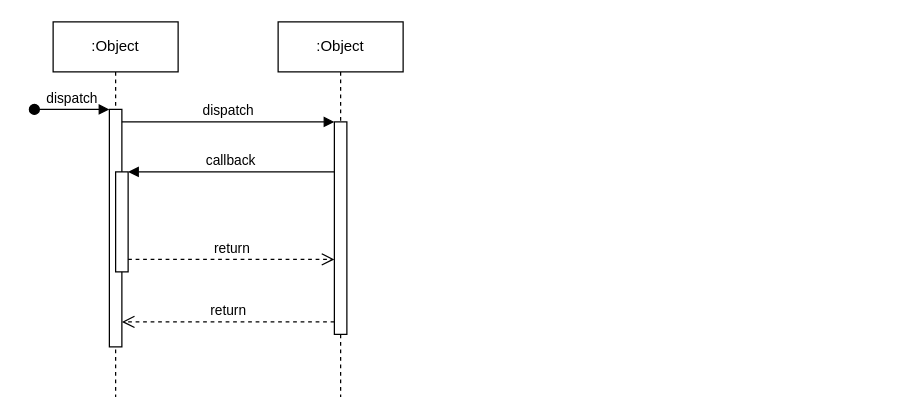
Above: 未命名绘图.drawio in conghuaa/Draw.io (draw.io), before the change. Source tidied: cells renumbered, new cells numbered last; positions are measured from the earlier drawing's top-left corner, leaving out a move shared by most shapes. Both pictures are drawn from the tidied source at 125%, with x=0, y=0 at pixel (34, 21).
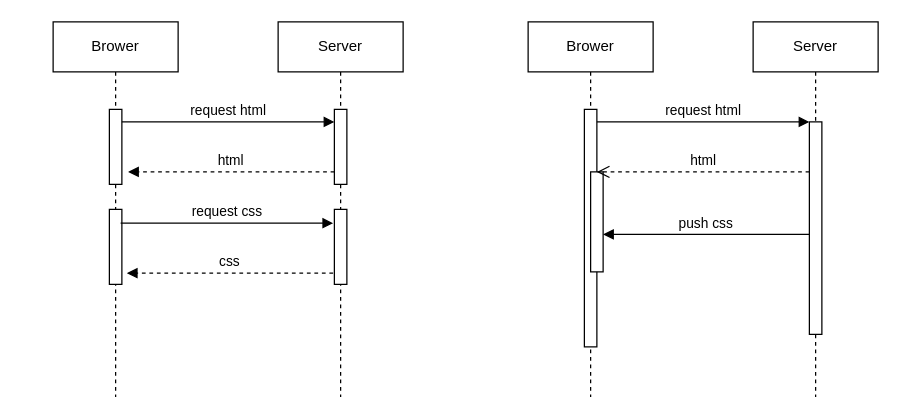
The same page after the edit.

Change to the diagram source:
```diff
@@
-    <mxCell id="2" value=":Object" style="shape=umlLifeline;perimeter=lifelinePerimeter;whiteSpace=wrap;html=1;newEdgeStyle={&quot;edgeStyle&quot;:&quot;elbowEdgeStyle&quot;,&quot;elbow&quot;:&quot;vertical&quot;,&quot;curved&quot;:0,&quot;rounded&quot;:0};" parent="1" vertex="1">
+    <mxCell id="2" value="Brower" style="shape=umlLifeline;perimeter=lifelinePerimeter;whiteSpace=wrap;html=1;newEdgeStyle={&quot;edgeStyle&quot;:&quot;elbowEdgeStyle&quot;,&quot;elbow&quot;:&quot;vertical&quot;,&quot;curved&quot;:0,&quot;rounded&quot;:0};" parent="1" vertex="1">
       <mxGeometry x="15" width="100" height="300" as="geometry" />
     </mxCell>
     <mxCell id="3" style="html=1;points=[];perimeter=orthogonalPerimeter;outlineConnect=0;targetShapes=umlLifeline;portConstraint=eastwest;newEdgeStyle={&quot;edgeStyle&quot;:&quot;elbowEdgeStyle&quot;,&quot;elbow&quot;:&quot;vertical&quot;,&quot;curved&quot;:0,&quot;rounded&quot;:0};" parent="2" vertex="1">
-      <mxGeometry x="45" y="70" width="10" height="190" as="geometry" />
+      <mxGeometry x="45" y="70" width="10" height="60" as="geometry" />
     </mxCell>
-    <mxCell id="4" value="dispatch" style="html=1;verticalAlign=bottom;startArrow=oval;endArrow=block;startSize=8;edgeStyle=elbowEdgeStyle;elbow=vertical;curved=0;rounded=0;" parent="2" edge="1" target="3">
-      <mxGeometry relative="1" as="geometry">
-        <mxPoint x="-15" y="70" as="sourcePoint" />
-      </mxGeometry>
-    </mxCell>
-    <mxCell id="5" style="html=1;points=[];perimeter=orthogonalPerimeter;outlineConnect=0;targetShapes=umlLifeline;portConstraint=eastwest;newEdgeStyle={&quot;edgeStyle&quot;:&quot;elbowEdgeStyle&quot;,&quot;elbow&quot;:&quot;vertical&quot;,&quot;curved&quot;:0,&quot;rounded&quot;:0};" parent="2" vertex="1">
-      <mxGeometry x="50" y="120" width="10" height="80" as="geometry" />
-    </mxCell>
+    <mxCell id="12" style="html=1;perimeter=orthogonalPerimeter;targetShapes=umlLifeline;newEdgeStyle={&quot;edgeStyle&quot;:&quot;elbowEdgeStyle&quot;,&quot;elbow&quot;:&quot;vertical&quot;,&quot;curved&quot;:0,&quot;rounded&quot;:0};" parent="2" vertex="1">
+      <mxGeometry x="45" y="150" width="10" height="60" as="geometry" />
+    </mxCell>
-    <mxCell id="6" value=":Object" style="shape=umlLifeline;perimeter=lifelinePerimeter;whiteSpace=wrap;html=1;newEdgeStyle={&quot;edgeStyle&quot;:&quot;elbowEdgeStyle&quot;,&quot;elbow&quot;:&quot;vertical&quot;,&quot;curved&quot;:0,&quot;rounded&quot;:0};" parent="1" vertex="1">
+    <mxCell id="6" value="Server" style="shape=umlLifeline;perimeter=lifelinePerimeter;whiteSpace=wrap;html=1;newEdgeStyle={&quot;edgeStyle&quot;:&quot;elbowEdgeStyle&quot;,&quot;elbow&quot;:&quot;vertical&quot;,&quot;curved&quot;:0,&quot;rounded&quot;:0};" parent="1" vertex="1">
       <mxGeometry x="195" width="100" height="300" as="geometry" />
     </mxCell>
     <mxCell id="7" style="html=1;points=[];perimeter=orthogonalPerimeter;outlineConnect=0;targetShapes=umlLifeline;portConstraint=eastwest;newEdgeStyle={&quot;edgeStyle&quot;:&quot;elbowEdgeStyle&quot;,&quot;elbow&quot;:&quot;vertical&quot;,&quot;curved&quot;:0,&quot;rounded&quot;:0};" parent="6" vertex="1">
-      <mxGeometry x="45" y="80" width="10" height="170" as="geometry" />
+      <mxGeometry x="45" y="70" width="10" height="60" as="geometry" />
     </mxCell>
+    <mxCell id="13" style="html=1;perimeter=orthogonalPerimeter;targetShapes=umlLifeline;newEdgeStyle={&quot;edgeStyle&quot;:&quot;elbowEdgeStyle&quot;,&quot;elbow&quot;:&quot;vertical&quot;,&quot;curved&quot;:0,&quot;rounded&quot;:0};" parent="6" vertex="1">
+      <mxGeometry x="45" y="150" width="10" height="60" as="geometry" />
+    </mxCell>
-    <mxCell id="8" value="dispatch" style="html=1;verticalAlign=bottom;endArrow=block;edgeStyle=elbowEdgeStyle;elbow=vertical;curved=0;rounded=0;" parent="1" edge="1" source="3" target="7">
+    <mxCell id="8" value="request html" style="html=1;verticalAlign=bottom;endArrow=block;edgeStyle=elbowEdgeStyle;elbow=vertical;curved=0;rounded=0;" parent="1" edge="1" source="3" target="7">
       <mxGeometry relative="1" as="geometry">
         <Array as="points">
           <mxPoint x="155" y="80" />
         </Array>
       </mxGeometry>
     </mxCell>
-    <mxCell id="9" value="return" style="html=1;verticalAlign=bottom;endArrow=open;dashed=1;endSize=8;edgeStyle=elbowEdgeStyle;elbow=vertical;curved=0;rounded=0;" parent="1" edge="1" source="7" target="3">
-      <mxGeometry relative="1" as="geometry">
-        <Array as="points">
-          <mxPoint x="165" y="240" />
-        </Array>
-      </mxGeometry>
-    </mxCell>
-    <mxCell id="10" value="callback" style="html=1;verticalAlign=bottom;endArrow=block;edgeStyle=elbowEdgeStyle;elbow=vertical;curved=0;rounded=0;" parent="1" edge="1" source="7" target="5">
+    <mxCell id="10" value="html" style="html=1;verticalAlign=bottom;endArrow=block;edgeStyle=elbowEdgeStyle;elbow=vertical;curved=0;rounded=0;dashed=1;" parent="1" edge="1" source="7">
       <mxGeometry relative="1" as="geometry">
+        <mxPoint x="75" y="120" as="targetPoint" />
         <Array as="points">
           <mxPoint x="165" y="120" />
         </Array>
       </mxGeometry>
     </mxCell>
-    <mxCell id="11" value="return" style="html=1;verticalAlign=bottom;endArrow=open;dashed=1;endSize=8;edgeStyle=elbowEdgeStyle;elbow=vertical;curved=0;rounded=0;" parent="1" edge="1" source="5" target="7">
-      <mxGeometry relative="1" as="geometry">
-        <Array as="points">
-          <mxPoint x="155" y="190" />
-        </Array>
-      </mxGeometry>
-    </mxCell>
+    <mxCell id="14" value="Brower" style="shape=umlLifeline;perimeter=lifelinePerimeter;whiteSpace=wrap;html=1;newEdgeStyle={&quot;edgeStyle&quot;:&quot;elbowEdgeStyle&quot;,&quot;elbow&quot;:&quot;vertical&quot;,&quot;curved&quot;:0,&quot;rounded&quot;:0};" parent="1" vertex="1">
+      <mxGeometry x="395" width="100" height="300" as="geometry" />
+    </mxCell>
+    <mxCell id="15" style="html=1;points=[];perimeter=orthogonalPerimeter;outlineConnect=0;targetShapes=umlLifeline;portConstraint=eastwest;newEdgeStyle={&quot;edgeStyle&quot;:&quot;elbowEdgeStyle&quot;,&quot;elbow&quot;:&quot;vertical&quot;,&quot;curved&quot;:0,&quot;rounded&quot;:0};" parent="14" vertex="1">
+      <mxGeometry x="45" y="70" width="10" height="190" as="geometry" />
+    </mxCell>
+    <mxCell id="5" style="html=1;points=[];perimeter=orthogonalPerimeter;outlineConnect=0;targetShapes=umlLifeline;portConstraint=eastwest;newEdgeStyle={&quot;edgeStyle&quot;:&quot;elbowEdgeStyle&quot;,&quot;elbow&quot;:&quot;vertical&quot;,&quot;curved&quot;:0,&quot;rounded&quot;:0};" parent="14" vertex="1">
+      <mxGeometry x="50" y="120" width="10" height="80" as="geometry" />
+    </mxCell>
+    <mxCell id="16" value="Server" style="shape=umlLifeline;perimeter=lifelinePerimeter;whiteSpace=wrap;html=1;newEdgeStyle={&quot;edgeStyle&quot;:&quot;elbowEdgeStyle&quot;,&quot;elbow&quot;:&quot;vertical&quot;,&quot;curved&quot;:0,&quot;rounded&quot;:0};" parent="1" vertex="1">
+      <mxGeometry x="575" width="100" height="300" as="geometry" />
+    </mxCell>
+    <mxCell id="17" style="html=1;points=[];perimeter=orthogonalPerimeter;outlineConnect=0;targetShapes=umlLifeline;portConstraint=eastwest;newEdgeStyle={&quot;edgeStyle&quot;:&quot;elbowEdgeStyle&quot;,&quot;elbow&quot;:&quot;vertical&quot;,&quot;curved&quot;:0,&quot;rounded&quot;:0};" parent="16" vertex="1">
+      <mxGeometry x="45" y="80" width="10" height="170" as="geometry" />
+    </mxCell>
+    <mxCell id="18" value="request html" style="html=1;verticalAlign=bottom;endArrow=block;edgeStyle=elbowEdgeStyle;elbow=vertical;curved=0;rounded=0;" parent="1" edge="1" source="15" target="17">
+      <mxGeometry relative="1" as="geometry">
+        <Array as="points">
+          <mxPoint x="535" y="80" />
+        </Array>
+      </mxGeometry>
+    </mxCell>
+    <mxCell id="19" value="html" style="html=1;verticalAlign=bottom;endArrow=open;dashed=1;endSize=8;edgeStyle=elbowEdgeStyle;elbow=vertical;curved=0;rounded=0;" parent="1" edge="1" source="17" target="15">
+      <mxGeometry relative="1" as="geometry">
+        <Array as="points">
+          <mxPoint x="555" y="120" />
+          <mxPoint x="545" y="240" />
+        </Array>
+      </mxGeometry>
+    </mxCell>
+    <mxCell id="20" value="request css" style="html=1;verticalAlign=bottom;endArrow=block;edgeStyle=elbowEdgeStyle;elbow=vertical;curved=0;rounded=0;" parent="1" edge="1">
+      <mxGeometry relative="1" as="geometry">
+        <mxPoint x="69" y="161" as="sourcePoint" />
+        <mxPoint x="239" y="161" as="targetPoint" />
+        <Array as="points">
+          <mxPoint x="154" y="161" />
+        </Array>
+      </mxGeometry>
+    </mxCell>
+    <mxCell id="21" value="css" style="html=1;verticalAlign=bottom;endArrow=block;edgeStyle=elbowEdgeStyle;elbow=vertical;curved=0;rounded=0;dashed=1;" parent="1" edge="1">
+      <mxGeometry relative="1" as="geometry">
+        <mxPoint x="239" y="201" as="sourcePoint" />
+        <mxPoint x="74" y="201" as="targetPoint" />
+        <Array as="points">
+          <mxPoint x="164" y="201" />
+        </Array>
+      </mxGeometry>
+    </mxCell>
+    <mxCell id="22" value="push css" style="html=1;verticalAlign=bottom;endArrow=block;edgeStyle=elbowEdgeStyle;elbow=vertical;curved=0;rounded=0;" parent="1" edge="1">
+      <mxGeometry relative="1" as="geometry">
+        <mxPoint x="620" y="170" as="sourcePoint" />
+        <mxPoint x="455" y="170" as="targetPoint" />
+        <Array as="points">
+          <mxPoint x="545" y="170" />
+        </Array>
+      </mxGeometry>
+    </mxCell>
```
